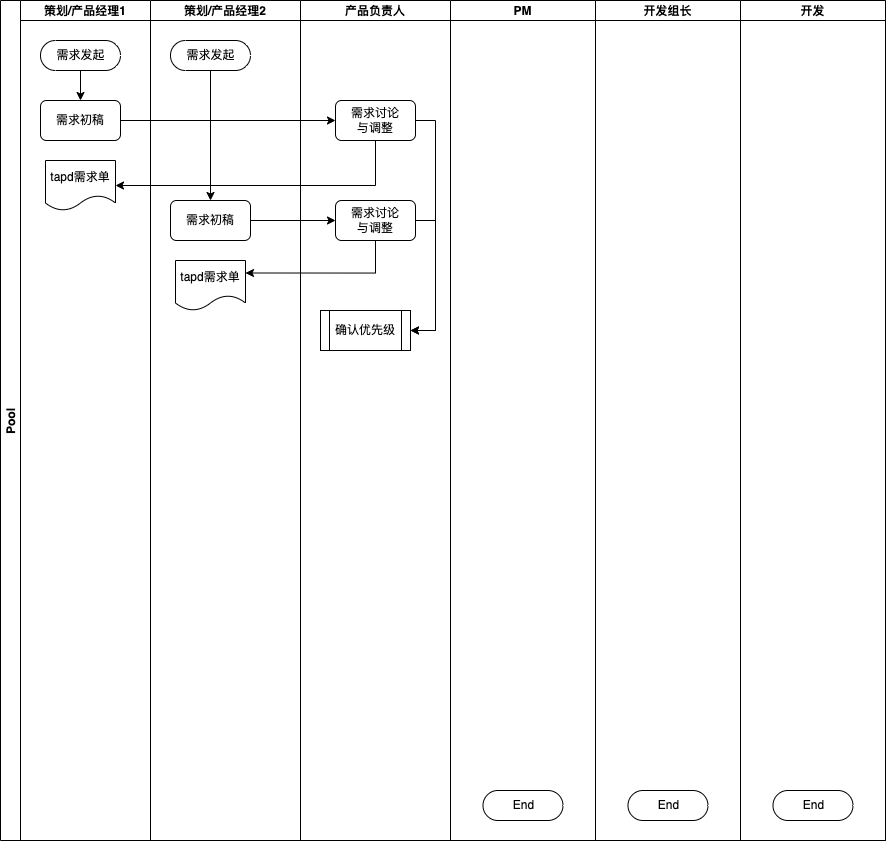
Earlier version of the draw.io export Untitled Diagram.drawio.png (derek964/the-economist-ebooks). Source tidied: cells renumbered, new cells last; positions are measured from the earlier drawing's top-left corner, leaving out a move shared by most shapes.
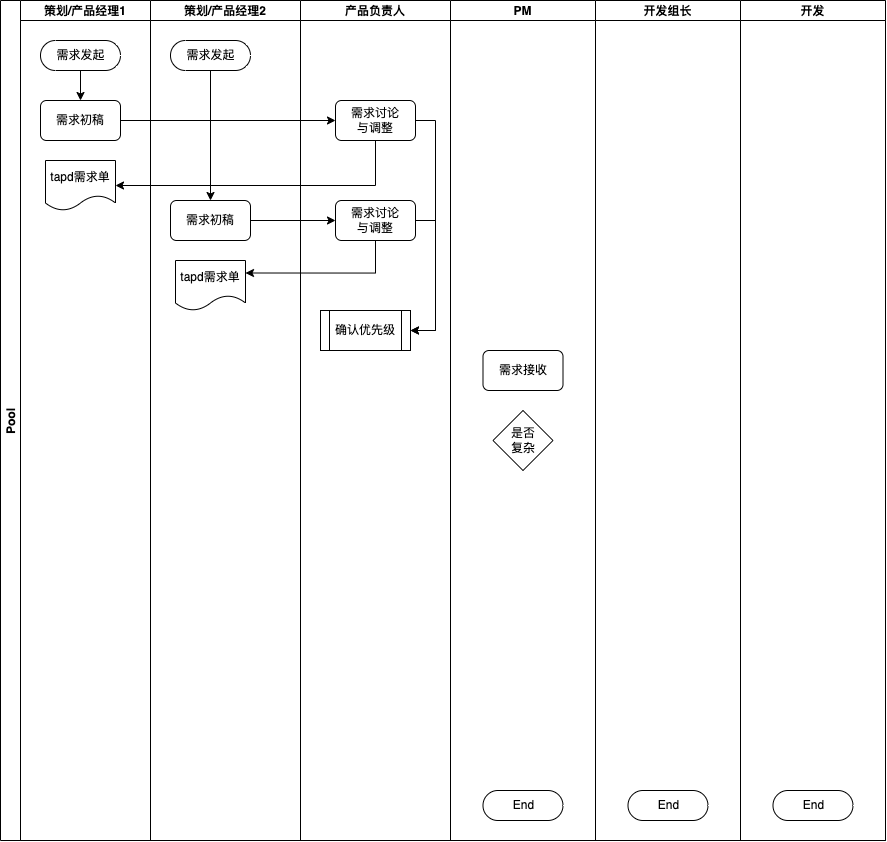
Above is the later version.

The edit, as a diff of the source:
```diff
@@ -67,6 +67,12 @@
     <mxCell id="21" value="End" style="html=1;dashed=0;whitespace=wrap;shape=mxgraph.dfd.start;" parent="20" vertex="1">
       <mxGeometry x="32.5" y="790" width="80" height="30" as="geometry" />
     </mxCell>
+    <mxCell id="29" value="需求接收" style="rounded=1;whiteSpace=wrap;html=1;" parent="20" vertex="1">
+      <mxGeometry x="32.5" y="350" width="80" height="40" as="geometry" />
+    </mxCell>
+    <mxCell id="30" value="是否&lt;br&gt;复杂" style="rhombus;whiteSpace=wrap;html=1;fillColor=#FFFFFF;" parent="20" vertex="1">
+      <mxGeometry x="42.5" y="410" width="60" height="60" as="geometry" />
+    </mxCell>
     <mxCell id="22" value="开发组长" style="swimlane;startSize=20;" parent="2" vertex="1">
       <mxGeometry x="595" width="145" height="840" as="geometry" />
     </mxCell>
```
